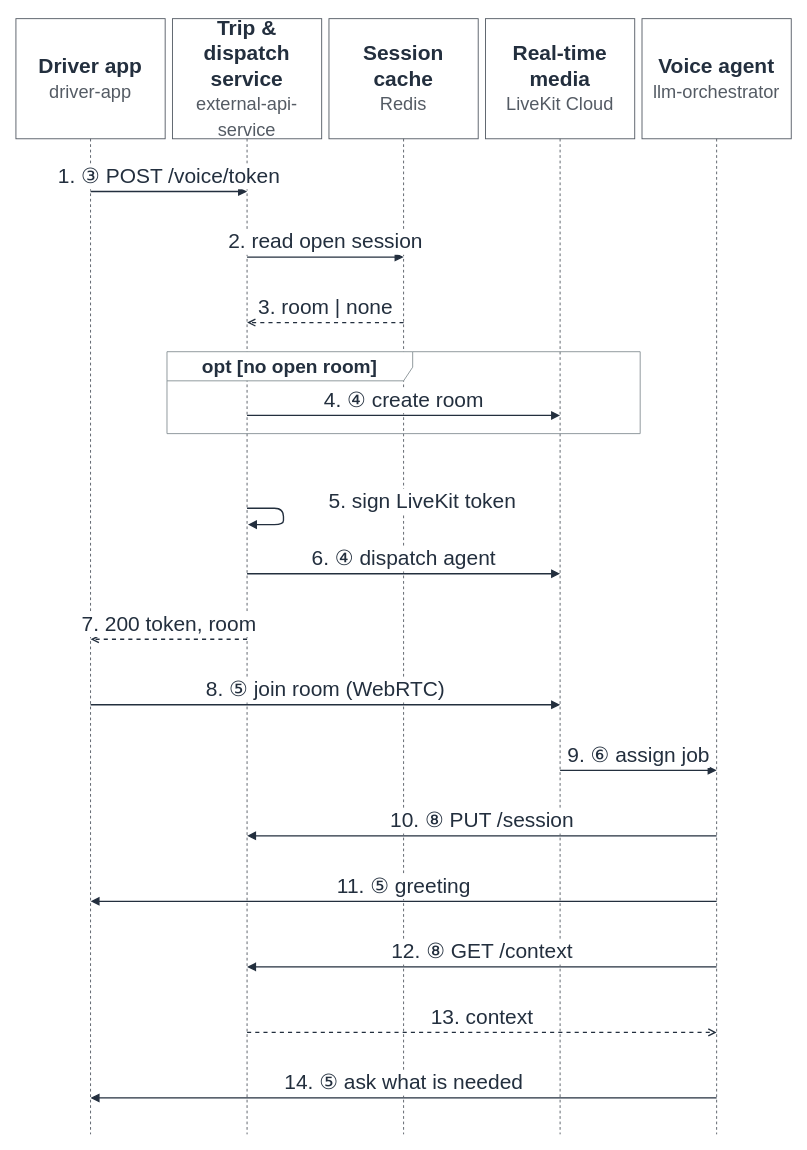
This is page "S2 Open voice session" (2 of 7) of docs/diagrams/H4_sequences_en.drawio from nexgenspeak-max/AI-Powered-Driver-Assistant, a draw.io file, before an edit. Source tidied: cells renumbered, new cells numbered last; positions are measured from the earlier drawing's top-left corner, leaving out a move shared by most shapes. Both pictures are drawn from the tidied source at 91%, with x=0, y=0 at pixel (15, 18).
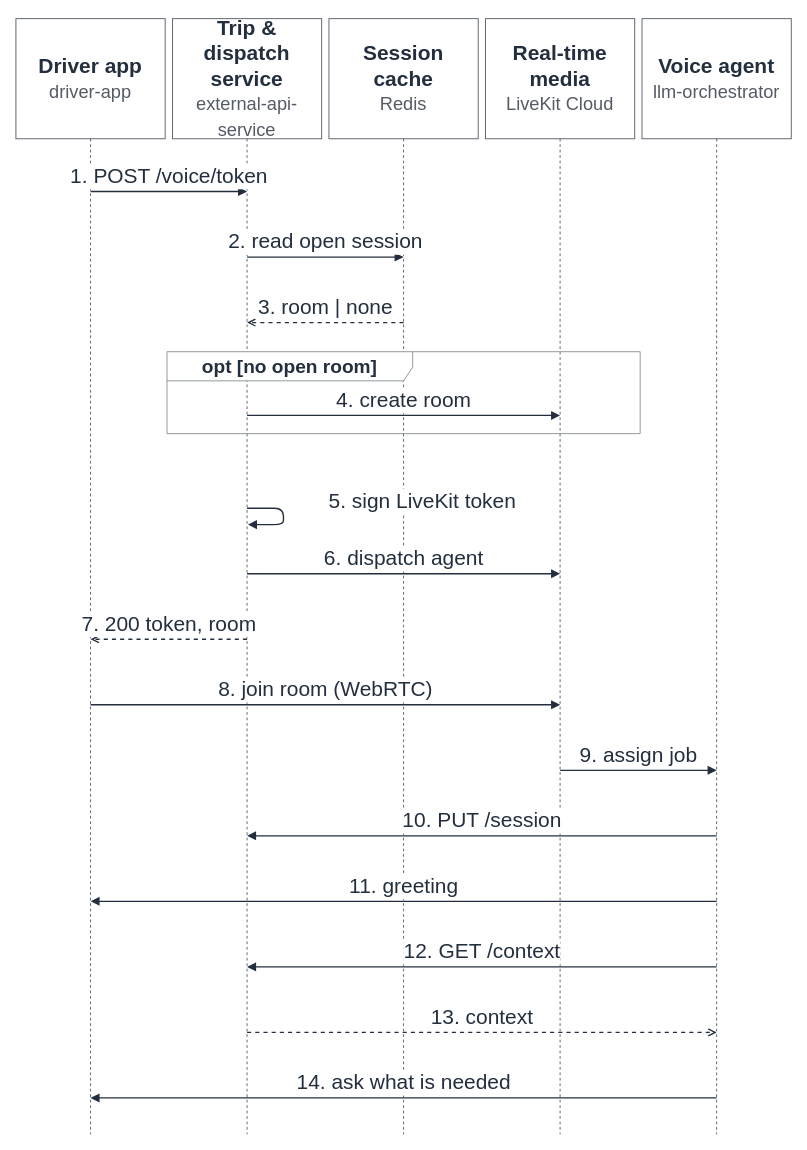
The same page after the edit.

Diff of the diagram source:
```diff
@@
-    <mxCell id="7" value="1. ③ POST /voice/token" style="html=1;verticalAlign=bottom;endArrow=block;endFill=1;strokeColor=#232F3E;strokeWidth=1.5;fontSize=23;fontColor=#232F3E;labelBackgroundColor=#FFFFFF;fontFamily=Helvetica;" parent="1" edge="1">
+    <mxCell id="7" value="1. POST /voice/token" style="html=1;verticalAlign=bottom;endArrow=block;endFill=1;strokeColor=#232F3E;strokeWidth=1.5;fontSize=23;fontColor=#232F3E;labelBackgroundColor=#FFFFFF;fontFamily=Helvetica;" parent="1" edge="1">
       <mxGeometry relative="1" as="geometry">
         <mxPoint x="82" y="190" as="sourcePoint" />
         <mxPoint x="254" y="190" as="targetPoint" />
       </mxGeometry>
     </mxCell>
@@
-    <mxCell id="10" value="4. ④ create room" style="html=1;verticalAlign=bottom;endArrow=block;endFill=1;strokeColor=#232F3E;strokeWidth=1.5;fontSize=23;fontColor=#232F3E;labelBackgroundColor=#FFFFFF;fontFamily=Helvetica;" parent="1" edge="1">
+    <mxCell id="10" value="4. create room" style="html=1;verticalAlign=bottom;endArrow=block;endFill=1;strokeColor=#232F3E;strokeWidth=1.5;fontSize=23;fontColor=#232F3E;labelBackgroundColor=#FFFFFF;fontFamily=Helvetica;" parent="1" edge="1">
       <mxGeometry relative="1" as="geometry">
         <mxPoint x="254" y="436" as="sourcePoint" />
         <mxPoint x="598" y="436" as="targetPoint" />
       </mxGeometry>
     </mxCell>
@@
-    <mxCell id="12" value="6. ④ dispatch agent" style="html=1;verticalAlign=bottom;endArrow=block;endFill=1;strokeColor=#232F3E;strokeWidth=1.5;fontSize=23;fontColor=#232F3E;labelBackgroundColor=#FFFFFF;fontFamily=Helvetica;" parent="1" edge="1">
+    <mxCell id="12" value="6. dispatch agent" style="html=1;verticalAlign=bottom;endArrow=block;endFill=1;strokeColor=#232F3E;strokeWidth=1.5;fontSize=23;fontColor=#232F3E;labelBackgroundColor=#FFFFFF;fontFamily=Helvetica;" parent="1" edge="1">
       <mxGeometry relative="1" as="geometry">
         <mxPoint x="254" y="610" as="sourcePoint" />
         <mxPoint x="598" y="610" as="targetPoint" />
       </mxGeometry>
     </mxCell>
@@
-    <mxCell id="14" value="8. ⑤ join room (WebRTC)" style="html=1;verticalAlign=bottom;endArrow=block;endFill=1;strokeColor=#232F3E;strokeWidth=1.5;fontSize=23;fontColor=#232F3E;labelBackgroundColor=#FFFFFF;fontFamily=Helvetica;" parent="1" edge="1">
+    <mxCell id="14" value="8. join room (WebRTC)" style="html=1;verticalAlign=bottom;endArrow=block;endFill=1;strokeColor=#232F3E;strokeWidth=1.5;fontSize=23;fontColor=#232F3E;labelBackgroundColor=#FFFFFF;fontFamily=Helvetica;" parent="1" edge="1">
       <mxGeometry relative="1" as="geometry">
         <mxPoint x="82" y="754" as="sourcePoint" />
         <mxPoint x="598" y="754" as="targetPoint" />
       </mxGeometry>
     </mxCell>
-    <mxCell id="15" value="9. ⑥ assign job" style="html=1;verticalAlign=bottom;endArrow=block;endFill=1;strokeColor=#232F3E;strokeWidth=1.5;fontSize=23;fontColor=#232F3E;labelBackgroundColor=#FFFFFF;fontFamily=Helvetica;" parent="1" edge="1">
+    <mxCell id="15" value="9. assign job" style="html=1;verticalAlign=bottom;endArrow=block;endFill=1;strokeColor=#232F3E;strokeWidth=1.5;fontSize=23;fontColor=#232F3E;labelBackgroundColor=#FFFFFF;fontFamily=Helvetica;" parent="1" edge="1">
       <mxGeometry relative="1" as="geometry">
         <mxPoint x="598" y="826" as="sourcePoint" />
         <mxPoint x="770" y="826" as="targetPoint" />
       </mxGeometry>
     </mxCell>
-    <mxCell id="16" value="10. ⑧ PUT /session" style="html=1;verticalAlign=bottom;endArrow=block;endFill=1;strokeColor=#232F3E;strokeWidth=1.5;fontSize=23;fontColor=#232F3E;labelBackgroundColor=#FFFFFF;fontFamily=Helvetica;" parent="1" edge="1">
+    <mxCell id="16" value="10. PUT /session" style="html=1;verticalAlign=bottom;endArrow=block;endFill=1;strokeColor=#232F3E;strokeWidth=1.5;fontSize=23;fontColor=#232F3E;labelBackgroundColor=#FFFFFF;fontFamily=Helvetica;" parent="1" edge="1">
       <mxGeometry relative="1" as="geometry">
         <mxPoint x="770" y="898" as="sourcePoint" />
         <mxPoint x="254" y="898" as="targetPoint" />
       </mxGeometry>
     </mxCell>
-    <mxCell id="17" value="11. ⑤ greeting" style="html=1;verticalAlign=bottom;endArrow=block;endFill=1;strokeColor=#232F3E;strokeWidth=1.5;fontSize=23;fontColor=#232F3E;labelBackgroundColor=#FFFFFF;fontFamily=Helvetica;" parent="1" edge="1">
+    <mxCell id="17" value="11. greeting" style="html=1;verticalAlign=bottom;endArrow=block;endFill=1;strokeColor=#232F3E;strokeWidth=1.5;fontSize=23;fontColor=#232F3E;labelBackgroundColor=#FFFFFF;fontFamily=Helvetica;" parent="1" edge="1">
       <mxGeometry relative="1" as="geometry">
         <mxPoint x="770" y="970" as="sourcePoint" />
         <mxPoint x="82" y="970" as="targetPoint" />
       </mxGeometry>
     </mxCell>
-    <mxCell id="18" value="12. ⑧ GET /context" style="html=1;verticalAlign=bottom;endArrow=block;endFill=1;strokeColor=#232F3E;strokeWidth=1.5;fontSize=23;fontColor=#232F3E;labelBackgroundColor=#FFFFFF;fontFamily=Helvetica;" parent="1" edge="1">
+    <mxCell id="18" value="12. GET /context" style="html=1;verticalAlign=bottom;endArrow=block;endFill=1;strokeColor=#232F3E;strokeWidth=1.5;fontSize=23;fontColor=#232F3E;labelBackgroundColor=#FFFFFF;fontFamily=Helvetica;" parent="1" edge="1">
       <mxGeometry relative="1" as="geometry">
         <mxPoint x="770" y="1042" as="sourcePoint" />
         <mxPoint x="254" y="1042" as="targetPoint" />
       </mxGeometry>
     </mxCell>
@@
-    <mxCell id="20" value="14. ⑤ ask what is needed" style="html=1;verticalAlign=bottom;endArrow=block;endFill=1;strokeColor=#232F3E;strokeWidth=1.5;fontSize=23;fontColor=#232F3E;labelBackgroundColor=#FFFFFF;fontFamily=Helvetica;" parent="1" edge="1">
+    <mxCell id="20" value="14. ask what is needed" style="html=1;verticalAlign=bottom;endArrow=block;endFill=1;strokeColor=#232F3E;strokeWidth=1.5;fontSize=23;fontColor=#232F3E;labelBackgroundColor=#FFFFFF;fontFamily=Helvetica;" parent="1" edge="1">
       <mxGeometry relative="1" as="geometry">
         <mxPoint x="770" y="1186" as="sourcePoint" />
         <mxPoint x="82" y="1186" as="targetPoint" />
       </mxGeometry>
     </mxCell>
```
